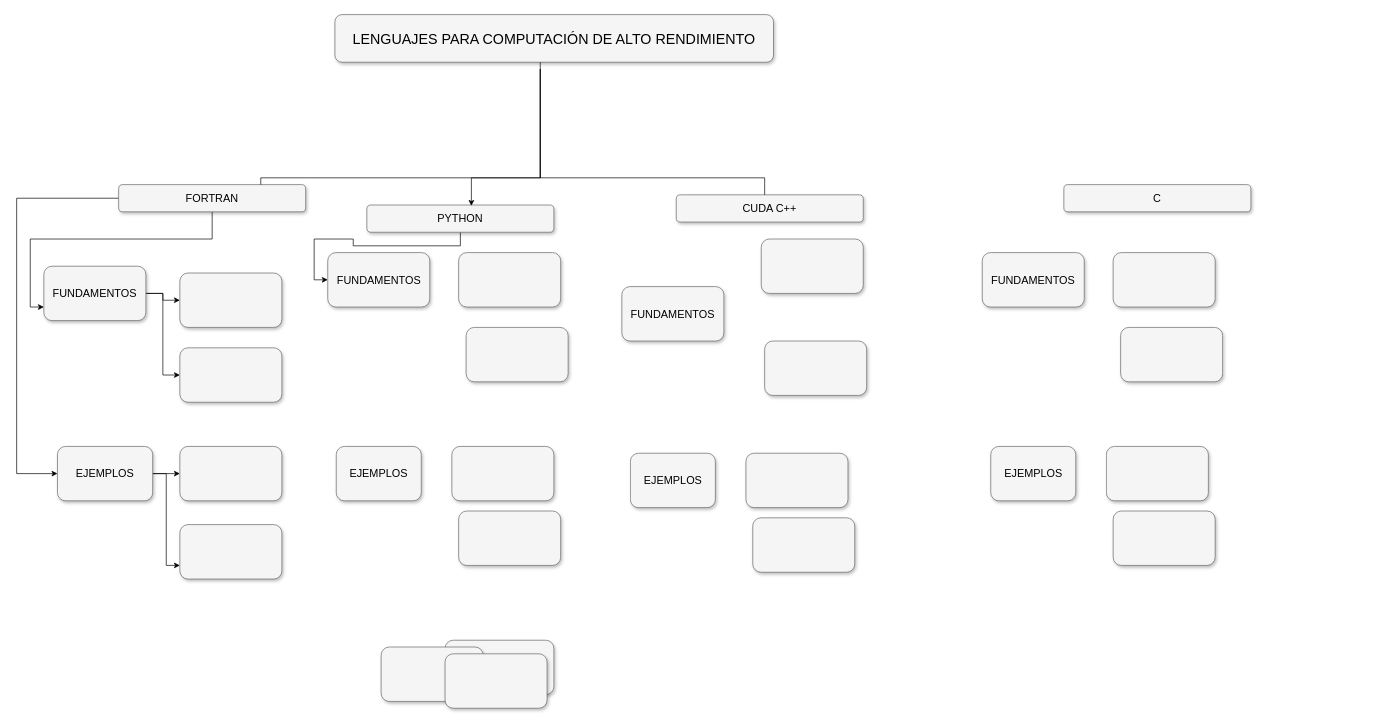
Brayan-Juma/Explorer keeps this draw.io diagram as Diagrama sin título.drawio. Above is the earlier version. Source tidied: cells renumbered, new cells numbered last; positions are measured from the earlier drawing's top-left corner, leaving out a move shared by most shapes. Both pictures are drawn from the tidied source at 68%, with x=0, y=0 at pixel (16, 14).
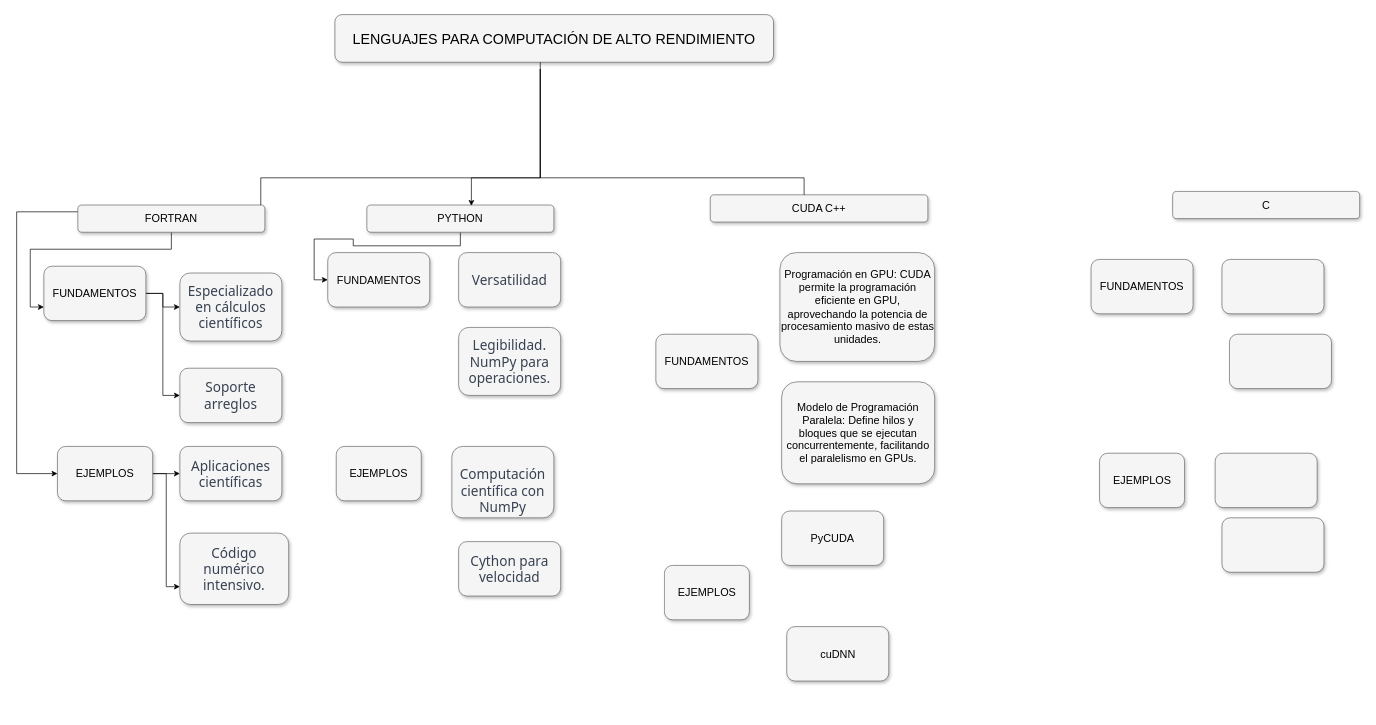
The same diagram, later.

Unchanged cells that the change refers to:
```xml
<mxCell id="15" value="EJEMPLOS&lt;br&gt;" style="whiteSpace=wrap;html=1;rounded=1;shadow=1;strokeWidth=1;fontSize=16;align=center;fillColor=#f5f5f5;strokeColor=#666666;" parent="1" vertex="1">
  <mxGeometry x="60" y="635" width="140" height="80" as="geometry" />
</mxCell>
```

Diff of the diagram source:
```diff
@@
-    <mxCell id="3" style="edgeStyle=orthogonalEdgeStyle;rounded=0;jettySize=auto;html=1;" parent="1" edge="1" source="5" target="15">
+    <mxCell id="3" style="edgeStyle=orthogonalEdgeStyle;rounded=0;jettySize=auto;html=1;exitX=0;exitY=0.25;exitDx=0;exitDy=0;" parent="1" edge="1" source="5" target="15">
       <mxGeometry relative="1" as="geometry">
         <Array as="points">
-          <mxPoint y="270" />
+          <mxPoint y="290" />
+          <mxPoint y="675" />
         </Array>
       </mxGeometry>
     </mxCell>
@@
     <mxCell id="5" value="FORTRAN" style="whiteSpace=wrap;html=1;rounded=1;shadow=1;strokeWidth=1;fontSize=16;align=center;fillColor=#f5f5f5;strokeColor=#666666;" parent="1" vertex="1">
-      <mxGeometry x="150" y="250" width="275" height="40" as="geometry" />
+      <mxGeometry x="90" y="280" width="275" height="40" as="geometry" />
     </mxCell>
@@
     <mxCell id="8" value="CUDA C++" style="whiteSpace=wrap;html=1;rounded=1;shadow=1;strokeWidth=1;fontSize=16;align=center;fillColor=#f5f5f5;strokeColor=#666666;" parent="1" vertex="1">
-      <mxGeometry x="970" y="265" width="275" height="40" as="geometry" />
+      <mxGeometry x="1020" y="265" width="320" height="40" as="geometry" />
     </mxCell>
     <mxCell id="9" value="C" style="whiteSpace=wrap;html=1;rounded=1;shadow=1;strokeWidth=1;fontSize=16;align=center;fillColor=#f5f5f5;strokeColor=#666666;" parent="1" vertex="1">
-      <mxGeometry x="1540" y="250" width="275" height="40" as="geometry" />
+      <mxGeometry x="1700" y="260" width="275" height="40" as="geometry" />
     </mxCell>
@@
     <mxCell id="17" style="edgeStyle=orthogonalEdgeStyle;html=1;startSize=6;endFill=0;endSize=6;strokeWidth=1;fontSize=16;rounded=0;endArrow=none;" parent="1" edge="1" target="8">
       <mxGeometry relative="1" as="geometry">
         <mxPoint x="770" y="80" as="sourcePoint" />
         <Array as="points">
           <mxPoint x="770" y="240" />
-          <mxPoint x="1100" y="240" />
+          <mxPoint x="1158" y="240" />
         </Array>
       </mxGeometry>
     </mxCell>
@@
-    <mxCell id="20" style="whiteSpace=wrap;html=1;rounded=1;shadow=1;strokeWidth=1;fontSize=16;align=center;fillColor=#f5f5f5;strokeColor=#666666;" parent="1" vertex="1">
-      <mxGeometry x="630" y="920" width="160" height="80" as="geometry" />
-    </mxCell>
-    <mxCell id="21" style="whiteSpace=wrap;html=1;rounded=1;shadow=1;strokeWidth=1;fontSize=16;align=center;fillColor=#f5f5f5;strokeColor=#666666;" parent="1" vertex="1">
-      <mxGeometry x="240" y="750" width="150" height="80" as="geometry" />
+    <mxCell id="21" value="&lt;font style=&quot;font-size: 20px;&quot;&gt;&lt;span style=&quot;color: rgb(55, 65, 81); font-family: Söhne, ui-sans-serif, system-ui, -apple-system, &amp;quot;Segoe UI&amp;quot;, Roboto, Ubuntu, Cantarell, &amp;quot;Noto Sans&amp;quot;, sans-serif, &amp;quot;Helvetica Neue&amp;quot;, Arial, &amp;quot;Apple Color Emoji&amp;quot;, &amp;quot;Segoe UI Emoji&amp;quot;, &amp;quot;Segoe UI Symbol&amp;quot;, &amp;quot;Noto Color Emoji&amp;quot;; font-style: normal; font-variant-ligatures: normal; font-variant-caps: normal; font-weight: 400; letter-spacing: normal; orphans: 2; text-align: left; text-indent: 0px; text-transform: none; widows: 2; word-spacing: 0px; -webkit-text-stroke-width: 0px; text-decoration-thickness: initial; text-decoration-style: initial; text-decoration-color: initial; float: none; display: inline !important;&quot;&gt;Código numérico intensivo.&lt;/span&gt;&lt;br&gt;&lt;/font&gt;" style="whiteSpace=wrap;html=1;rounded=1;shadow=1;strokeWidth=1;fontSize=16;align=center;fillColor=#f5f5f5;strokeColor=#666666;" parent="1" vertex="1">
+      <mxGeometry x="240" y="762.5" width="160" height="105" as="geometry" />
     </mxCell>
-    <mxCell id="22" style="whiteSpace=wrap;html=1;rounded=1;shadow=1;strokeWidth=1;fontSize=16;align=center;fillColor=#f5f5f5;strokeColor=#666666;" parent="1" vertex="1">
+    <mxCell id="22" value="&lt;font style=&quot;font-size: 20px;&quot;&gt;&lt;span style=&quot;color: rgb(55, 65, 81); font-family: Söhne, ui-sans-serif, system-ui, -apple-system, &amp;quot;Segoe UI&amp;quot;, Roboto, Ubuntu, Cantarell, &amp;quot;Noto Sans&amp;quot;, sans-serif, &amp;quot;Helvetica Neue&amp;quot;, Arial, &amp;quot;Apple Color Emoji&amp;quot;, &amp;quot;Segoe UI Emoji&amp;quot;, &amp;quot;Segoe UI Symbol&amp;quot;, &amp;quot;Noto Color Emoji&amp;quot;; font-style: normal; font-variant-ligatures: normal; font-variant-caps: normal; font-weight: 400; letter-spacing: normal; orphans: 2; text-align: left; text-indent: 0px; text-transform: none; widows: 2; word-spacing: 0px; -webkit-text-stroke-width: 0px; text-decoration-thickness: initial; text-decoration-style: initial; text-decoration-color: initial; float: none; display: inline !important;&quot;&gt;Aplicaciones científicas&lt;/span&gt;&lt;/font&gt;" style="whiteSpace=wrap;html=1;rounded=1;shadow=1;strokeWidth=1;fontSize=16;align=center;fillColor=#f5f5f5;strokeColor=#666666;" parent="1" vertex="1">
       <mxGeometry x="240" y="635" width="150" height="80" as="geometry" />
     </mxCell>
-    <mxCell id="23" style="whiteSpace=wrap;html=1;rounded=1;shadow=1;strokeWidth=1;fontSize=16;align=center;fillColor=#f5f5f5;strokeColor=#666666;" parent="1" vertex="1">
-      <mxGeometry x="240" y="490" width="150" height="80" as="geometry" />
+    <mxCell id="23" value="&lt;font style=&quot;font-size: 20px;&quot;&gt;&lt;span style=&quot;color: rgb(55, 65, 81); font-family: Söhne, ui-sans-serif, system-ui, -apple-system, &amp;quot;Segoe UI&amp;quot;, Roboto, Ubuntu, Cantarell, &amp;quot;Noto Sans&amp;quot;, sans-serif, &amp;quot;Helvetica Neue&amp;quot;, Arial, &amp;quot;Apple Color Emoji&amp;quot;, &amp;quot;Segoe UI Emoji&amp;quot;, &amp;quot;Segoe UI Symbol&amp;quot;, &amp;quot;Noto Color Emoji&amp;quot;; font-style: normal; font-variant-ligatures: normal; font-variant-caps: normal; font-weight: 400; letter-spacing: normal; orphans: 2; text-align: left; text-indent: 0px; text-transform: none; widows: 2; word-spacing: 0px; -webkit-text-stroke-width: 0px; text-decoration-thickness: initial; text-decoration-style: initial; text-decoration-color: initial; float: none; display: inline !important;&quot;&gt;Soporte arreglos&lt;/span&gt;&lt;br&gt;&lt;/font&gt;" style="whiteSpace=wrap;html=1;rounded=1;shadow=1;strokeWidth=1;fontSize=16;align=center;fillColor=#f5f5f5;strokeColor=#666666;" parent="1" vertex="1">
+      <mxGeometry x="240" y="520" width="150" height="80" as="geometry" />
     </mxCell>
-    <mxCell id="24" style="whiteSpace=wrap;html=1;rounded=1;shadow=1;strokeWidth=1;fontSize=16;align=center;fillColor=#f5f5f5;strokeColor=#666666;" parent="1" vertex="1">
-      <mxGeometry x="240" y="380" width="150" height="80" as="geometry" />
+    <mxCell id="24" value="&lt;font style=&quot;font-size: 20px;&quot;&gt;&lt;span style=&quot;color: rgb(55, 65, 81); font-family: Söhne, ui-sans-serif, system-ui, -apple-system, &amp;quot;Segoe UI&amp;quot;, Roboto, Ubuntu, Cantarell, &amp;quot;Noto Sans&amp;quot;, sans-serif, &amp;quot;Helvetica Neue&amp;quot;, Arial, &amp;quot;Apple Color Emoji&amp;quot;, &amp;quot;Segoe UI Emoji&amp;quot;, &amp;quot;Segoe UI Symbol&amp;quot;, &amp;quot;Noto Color Emoji&amp;quot;; font-style: normal; font-variant-ligatures: normal; font-variant-caps: normal; font-weight: 400; letter-spacing: normal; orphans: 2; text-align: left; text-indent: 0px; text-transform: none; widows: 2; word-spacing: 0px; -webkit-text-stroke-width: 0px; text-decoration-thickness: initial; text-decoration-style: initial; text-decoration-color: initial; float: none; display: inline !important;&quot;&gt;Especializado en cálculos científicos&lt;/span&gt;&lt;br&gt;&lt;/font&gt;" style="whiteSpace=wrap;html=1;rounded=1;shadow=1;strokeWidth=1;fontSize=16;align=center;fillColor=#f5f5f5;strokeColor=#666666;" parent="1" vertex="1">
+      <mxGeometry x="240" y="380" width="150" height="100" as="geometry" />
     </mxCell>
-    <mxCell id="25" style="whiteSpace=wrap;html=1;rounded=1;shadow=1;strokeWidth=1;fontSize=16;align=center;fillColor=#f5f5f5;strokeColor=#666666;" parent="1" vertex="1">
-      <mxGeometry x="536" y="930" width="150" height="80" as="geometry" />
+    <mxCell id="25" value="&lt;font style=&quot;font-size: 20px;&quot;&gt;&lt;span style=&quot;color: rgb(55, 65, 81); font-family: Söhne, ui-sans-serif, system-ui, -apple-system, &amp;quot;Segoe UI&amp;quot;, Roboto, Ubuntu, Cantarell, &amp;quot;Noto Sans&amp;quot;, sans-serif, &amp;quot;Helvetica Neue&amp;quot;, Arial, &amp;quot;Apple Color Emoji&amp;quot;, &amp;quot;Segoe UI Emoji&amp;quot;, &amp;quot;Segoe UI Symbol&amp;quot;, &amp;quot;Noto Color Emoji&amp;quot;; font-style: normal; font-variant-ligatures: normal; font-variant-caps: normal; font-weight: 400; letter-spacing: normal; orphans: 2; text-align: left; text-indent: 0px; text-transform: none; widows: 2; word-spacing: 0px; -webkit-text-stroke-width: 0px; text-decoration-thickness: initial; text-decoration-style: initial; text-decoration-color: initial; float: none; display: inline !important;&quot;&gt;Versatilidad&lt;/span&gt;&lt;br&gt;&lt;/font&gt;" style="whiteSpace=wrap;html=1;rounded=1;shadow=1;strokeWidth=1;fontSize=16;align=center;fillColor=#f5f5f5;strokeColor=#666666;" parent="1" vertex="1">
+      <mxGeometry x="650" y="350" width="150" height="80" as="geometry" />
     </mxCell>
-    <mxCell id="26" style="whiteSpace=wrap;html=1;rounded=1;shadow=1;strokeWidth=1;fontSize=16;align=center;fillColor=#f5f5f5;strokeColor=#666666;" parent="1" vertex="1">
-      <mxGeometry x="630" y="940" width="150" height="80" as="geometry" />
-    </mxCell>
-    <mxCell id="27" style="whiteSpace=wrap;html=1;rounded=1;shadow=1;strokeWidth=1;fontSize=16;align=center;fillColor=#f5f5f5;strokeColor=#666666;" parent="1" vertex="1">
-      <mxGeometry x="640" y="635" width="150" height="80" as="geometry" />
+    <mxCell id="27" value="&lt;font style=&quot;font-size: 20px;&quot;&gt;&lt;br&gt;&lt;span style=&quot;color: rgb(55, 65, 81); font-family: Söhne, ui-sans-serif, system-ui, -apple-system, &amp;quot;Segoe UI&amp;quot;, Roboto, Ubuntu, Cantarell, &amp;quot;Noto Sans&amp;quot;, sans-serif, &amp;quot;Helvetica Neue&amp;quot;, Arial, &amp;quot;Apple Color Emoji&amp;quot;, &amp;quot;Segoe UI Emoji&amp;quot;, &amp;quot;Segoe UI Symbol&amp;quot;, &amp;quot;Noto Color Emoji&amp;quot;; font-style: normal; font-variant-ligatures: normal; font-variant-caps: normal; font-weight: 400; letter-spacing: normal; orphans: 2; text-align: left; text-indent: 0px; text-transform: none; widows: 2; word-spacing: 0px; -webkit-text-stroke-width: 0px; text-decoration-thickness: initial; text-decoration-style: initial; text-decoration-color: initial; float: none; display: inline !important;&quot;&gt;Computación científica con NumPy&lt;/span&gt;&lt;br&gt;&lt;/font&gt;" style="whiteSpace=wrap;html=1;rounded=1;shadow=1;strokeWidth=1;fontSize=16;align=center;fillColor=#f5f5f5;strokeColor=#666666;" parent="1" vertex="1">
+      <mxGeometry x="640" y="635" width="150" height="105" as="geometry" />
     </mxCell>
-    <mxCell id="28" style="whiteSpace=wrap;html=1;rounded=1;shadow=1;strokeWidth=1;fontSize=16;align=center;fillColor=#f5f5f5;strokeColor=#666666;" parent="1" vertex="1">
-      <mxGeometry x="661" y="460" width="150" height="80" as="geometry" />
+    <mxCell id="28" value="&lt;font style=&quot;font-size: 20px;&quot;&gt;&lt;span style=&quot;color: rgb(55, 65, 81); font-family: Söhne, ui-sans-serif, system-ui, -apple-system, &amp;quot;Segoe UI&amp;quot;, Roboto, Ubuntu, Cantarell, &amp;quot;Noto Sans&amp;quot;, sans-serif, &amp;quot;Helvetica Neue&amp;quot;, Arial, &amp;quot;Apple Color Emoji&amp;quot;, &amp;quot;Segoe UI Emoji&amp;quot;, &amp;quot;Segoe UI Symbol&amp;quot;, &amp;quot;Noto Color Emoji&amp;quot;; font-style: normal; font-variant-ligatures: normal; font-variant-caps: normal; font-weight: 400; letter-spacing: normal; orphans: 2; text-align: left; text-indent: 0px; text-transform: none; widows: 2; word-spacing: 0px; -webkit-text-stroke-width: 0px; text-decoration-thickness: initial; text-decoration-style: initial; text-decoration-color: initial; float: none; display: inline !important;&quot;&gt;Legibilidad. NumPy para operaciones.&lt;/span&gt;&lt;br&gt;&lt;/font&gt;" style="whiteSpace=wrap;html=1;rounded=1;shadow=1;strokeWidth=1;fontSize=16;align=center;fillColor=#f5f5f5;strokeColor=#666666;" parent="1" vertex="1">
+      <mxGeometry x="650" y="460" width="150" height="100" as="geometry" />
     </mxCell>
-    <mxCell id="29" style="whiteSpace=wrap;html=1;rounded=1;shadow=1;strokeWidth=1;fontSize=16;align=center;fillColor=#f5f5f5;strokeColor=#666666;" parent="1" vertex="1">
-      <mxGeometry x="650" y="350" width="150" height="80" as="geometry" />
-    </mxCell>
-    <mxCell id="30" style="whiteSpace=wrap;html=1;rounded=1;shadow=1;strokeWidth=1;fontSize=16;align=center;fillColor=#f5f5f5;strokeColor=#666666;" parent="1" vertex="1">
-      <mxGeometry x="650" y="730" width="150" height="80" as="geometry" />
+    <mxCell id="30" value="&lt;font style=&quot;font-size: 20px;&quot;&gt;&lt;span style=&quot;color: rgb(55, 65, 81); font-family: Söhne, ui-sans-serif, system-ui, -apple-system, &amp;quot;Segoe UI&amp;quot;, Roboto, Ubuntu, Cantarell, &amp;quot;Noto Sans&amp;quot;, sans-serif, &amp;quot;Helvetica Neue&amp;quot;, Arial, &amp;quot;Apple Color Emoji&amp;quot;, &amp;quot;Segoe UI Emoji&amp;quot;, &amp;quot;Segoe UI Symbol&amp;quot;, &amp;quot;Noto Color Emoji&amp;quot;; font-style: normal; font-variant-ligatures: normal; font-variant-caps: normal; font-weight: 400; letter-spacing: normal; orphans: 2; text-align: left; text-indent: 0px; text-transform: none; widows: 2; word-spacing: 0px; -webkit-text-stroke-width: 0px; text-decoration-thickness: initial; text-decoration-style: initial; text-decoration-color: initial; float: none; display: inline !important;&quot;&gt;Cython para velocidad&lt;/span&gt;&lt;br&gt;&lt;/font&gt;" style="whiteSpace=wrap;html=1;rounded=1;shadow=1;strokeWidth=1;fontSize=16;align=center;fillColor=#f5f5f5;strokeColor=#666666;" parent="1" vertex="1">
+      <mxGeometry x="650" y="775" width="150" height="80" as="geometry" />
     </mxCell>
@@
     <mxCell id="32" value="FUNDAMENTOS" style="whiteSpace=wrap;html=1;rounded=1;shadow=1;strokeWidth=1;fontSize=16;align=center;fillColor=#f5f5f5;strokeColor=#666666;" parent="1" vertex="1">
-      <mxGeometry x="890" y="400" width="150" height="80" as="geometry" />
+      <mxGeometry x="940" y="470" width="150" height="80" as="geometry" />
     </mxCell>
     <mxCell id="33" value="EJEMPLOS&lt;br&gt;" style="whiteSpace=wrap;html=1;rounded=1;shadow=1;strokeWidth=1;fontSize=16;align=center;fillColor=#f5f5f5;strokeColor=#666666;" parent="1" vertex="1">
-      <mxGeometry x="902.5" y="645" width="125" height="80" as="geometry" />
+      <mxGeometry x="952.5" y="810" width="125" height="80" as="geometry" />
     </mxCell>
-    <mxCell id="34" style="whiteSpace=wrap;html=1;rounded=1;shadow=1;strokeWidth=1;fontSize=16;align=center;fillColor=#f5f5f5;strokeColor=#666666;" parent="1" vertex="1">
-      <mxGeometry x="1072.5" y="645" width="150" height="80" as="geometry" />
+    <mxCell id="34" value="PyCUDA" style="whiteSpace=wrap;html=1;rounded=1;shadow=1;strokeWidth=1;fontSize=16;align=center;fillColor=#f5f5f5;strokeColor=#666666;" parent="1" vertex="1">
+      <mxGeometry x="1125" y="730" width="150" height="80" as="geometry" />
     </mxCell>
-    <mxCell id="35" style="whiteSpace=wrap;html=1;rounded=1;shadow=1;strokeWidth=1;fontSize=16;align=center;fillColor=#f5f5f5;strokeColor=#666666;" parent="1" vertex="1">
-      <mxGeometry x="1100" y="480" width="150" height="80" as="geometry" />
+    <mxCell id="35" value="Modelo de Programación Paralela: Define hilos y bloques que se ejecutan concurrentemente, facilitando el paralelismo en GPUs." style="whiteSpace=wrap;html=1;rounded=1;shadow=1;strokeWidth=1;fontSize=16;align=center;fillColor=#f5f5f5;strokeColor=#666666;" parent="1" vertex="1">
+      <mxGeometry x="1125" y="540" width="225" height="150" as="geometry" />
     </mxCell>
-    <mxCell id="36" style="whiteSpace=wrap;html=1;rounded=1;shadow=1;strokeWidth=1;fontSize=16;align=center;fillColor=#f5f5f5;strokeColor=#666666;" parent="1" vertex="1">
-      <mxGeometry x="1095" y="330" width="150" height="80" as="geometry" />
+    <mxCell id="36" value="Programación en GPU: CUDA permite la programación eficiente en GPU, aprovechando la potencia de procesamiento masivo de estas unidades." style="whiteSpace=wrap;html=1;rounded=1;shadow=1;strokeWidth=1;fontSize=16;align=center;fillColor=#f5f5f5;strokeColor=#666666;" parent="1" vertex="1">
+      <mxGeometry x="1122.5" y="350" width="227.5" height="160" as="geometry" />
     </mxCell>
-    <mxCell id="37" style="whiteSpace=wrap;html=1;rounded=1;shadow=1;strokeWidth=1;fontSize=16;align=center;fillColor=#f5f5f5;strokeColor=#666666;" parent="1" vertex="1">
-      <mxGeometry x="1082.5" y="740" width="150" height="80" as="geometry" />
+    <mxCell id="37" value="cuDNN" style="whiteSpace=wrap;html=1;rounded=1;shadow=1;strokeWidth=1;fontSize=16;align=center;fillColor=#f5f5f5;strokeColor=#666666;" parent="1" vertex="1">
+      <mxGeometry x="1132.5" y="900" width="150" height="80" as="geometry" />
     </mxCell>
     <mxCell id="38" value="FUNDAMENTOS" style="whiteSpace=wrap;html=1;rounded=1;shadow=1;strokeWidth=1;fontSize=16;align=center;fillColor=#f5f5f5;strokeColor=#666666;" parent="1" vertex="1">
-      <mxGeometry x="1420" y="350" width="150" height="80" as="geometry" />
+      <mxGeometry x="1580" y="360" width="150" height="80" as="geometry" />
     </mxCell>
     <mxCell id="39" value="EJEMPLOS&lt;br&gt;" style="whiteSpace=wrap;html=1;rounded=1;shadow=1;strokeWidth=1;fontSize=16;align=center;fillColor=#f5f5f5;strokeColor=#666666;" parent="1" vertex="1">
-      <mxGeometry x="1432.5" y="635" width="125" height="80" as="geometry" />
+      <mxGeometry x="1592.5" y="645" width="125" height="80" as="geometry" />
     </mxCell>
     <mxCell id="40" style="whiteSpace=wrap;html=1;rounded=1;shadow=1;strokeWidth=1;fontSize=16;align=center;fillColor=#f5f5f5;strokeColor=#666666;" parent="1" vertex="1">
-      <mxGeometry x="1602.5" y="635" width="150" height="80" as="geometry" />
+      <mxGeometry x="1762.5" y="645" width="150" height="80" as="geometry" />
     </mxCell>
     <mxCell id="41" style="whiteSpace=wrap;html=1;rounded=1;shadow=1;strokeWidth=1;fontSize=16;align=center;fillColor=#f5f5f5;strokeColor=#666666;" parent="1" vertex="1">
-      <mxGeometry x="1623.5" y="460" width="150" height="80" as="geometry" />
+      <mxGeometry x="1783.5" y="470" width="150" height="80" as="geometry" />
     </mxCell>
     <mxCell id="42" style="whiteSpace=wrap;html=1;rounded=1;shadow=1;strokeWidth=1;fontSize=16;align=center;fillColor=#f5f5f5;strokeColor=#666666;" parent="1" vertex="1">
-      <mxGeometry x="1612.5" y="350" width="150" height="80" as="geometry" />
+      <mxGeometry x="1772.5" y="360" width="150" height="80" as="geometry" />
     </mxCell>
     <mxCell id="43" style="whiteSpace=wrap;html=1;rounded=1;shadow=1;strokeWidth=1;fontSize=16;align=center;fillColor=#f5f5f5;strokeColor=#666666;" parent="1" vertex="1">
-      <mxGeometry x="1612.5" y="730" width="150" height="80" as="geometry" />
+      <mxGeometry x="1772.5" y="740" width="150" height="80" as="geometry" />
     </mxCell>
```
